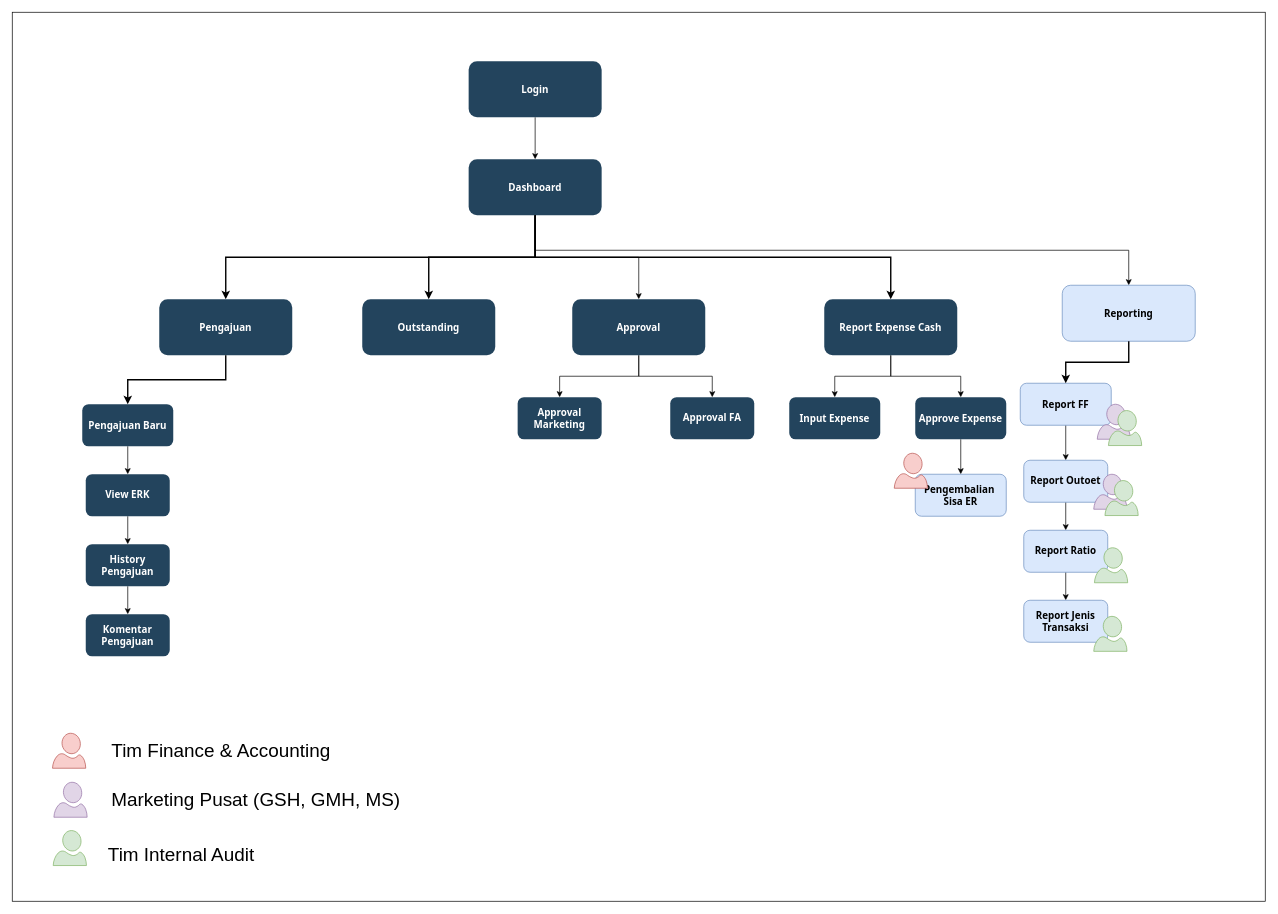
Before: page "Page-3" (3 of 3) of PMS Improvement.drawio in muhamadfarkhan/system-analyst, a draw.io diagram. Source tidied: cells renumbered, new cells numbered last; positions are measured from the earlier drawing's top-left corner, leaving out a move shared by most shapes. Both pictures are drawn from the tidied source at 70%, with x=0, y=0 at pixel (12, 12).
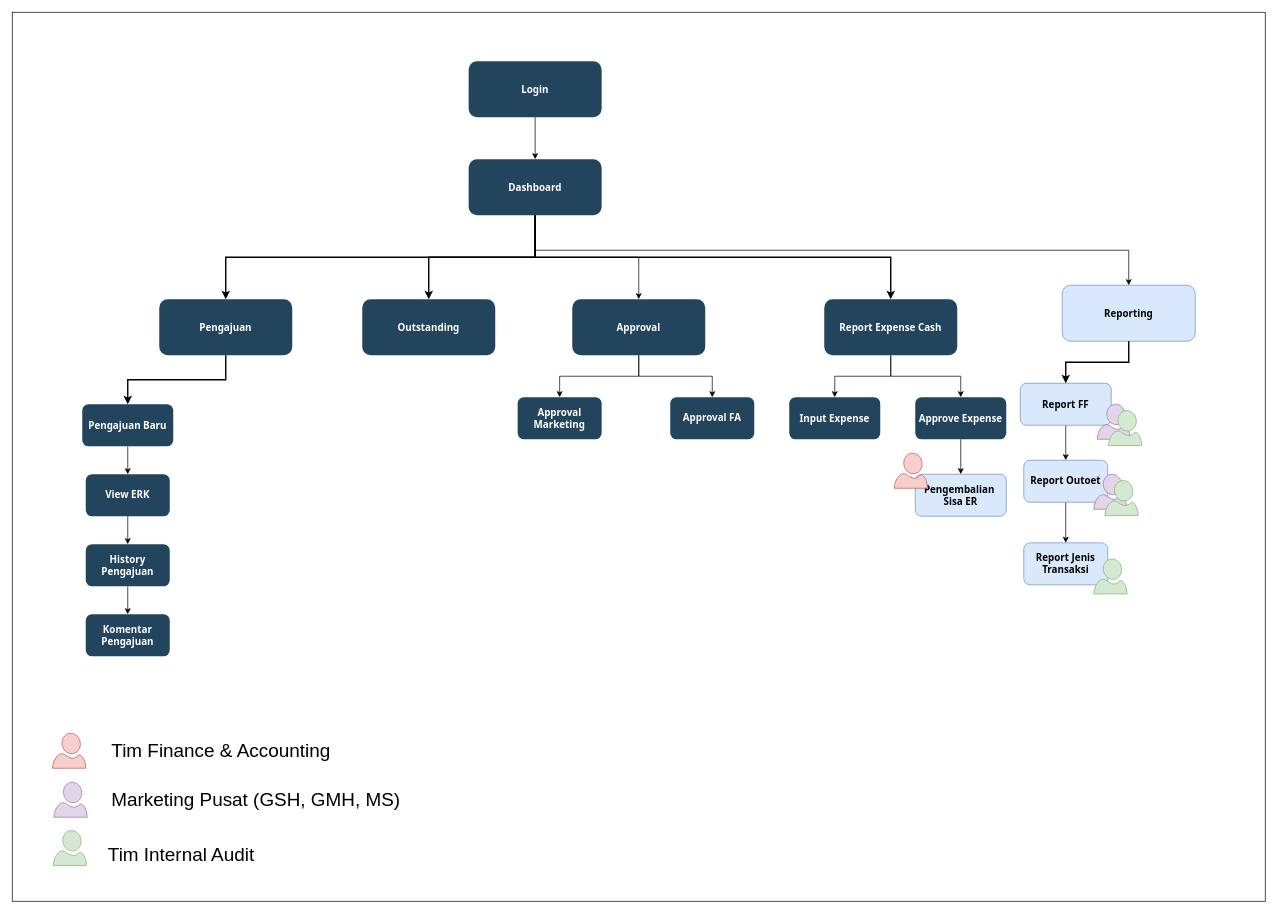
After the change.

The change refers to these unchanged cells:
```xml
<mxCell id="37" value="Report Outoet" style="whiteSpace=wrap;html=1;fontSize=14;fontFamily=Tahoma;fillColor=#dae8fc;strokeColor=#6c8ebf;rounded=1;fontStyle=1;" parent="1" vertex="1">
  <mxGeometry x="1445" y="640" width="120" height="60" as="geometry" />
</mxCell>
```

Change to the diagram source:
```diff
@@
-    <mxCell id="36" style="edgeStyle=orthogonalEdgeStyle;rounded=0;jettySize=auto;html=1;" parent="1" edge="1" source="37" target="39">
-      <mxGeometry relative="1" as="geometry" />
-    </mxCell>
+    <mxCell id="55" style="edgeStyle=orthogonalEdgeStyle;rounded=0;jettySize=auto;html=1;exitX=0.5;exitY=1;exitDx=0;exitDy=0;" parent="1" edge="1" source="37" target="40">
+      <mxGeometry relative="1" as="geometry" />
+    </mxCell>
@@
-    <mxCell id="38" style="edgeStyle=orthogonalEdgeStyle;rounded=0;jettySize=auto;html=1;" parent="1" edge="1" source="39" target="40">
-      <mxGeometry relative="1" as="geometry" />
-    </mxCell>
-    <mxCell id="39" value="Report Ratio" style="whiteSpace=wrap;html=1;fontSize=14;fontFamily=Tahoma;fillColor=#dae8fc;strokeColor=#6c8ebf;rounded=1;fontStyle=1;" parent="1" vertex="1">
-      <mxGeometry x="1445" y="740" width="120" height="60" as="geometry" />
-    </mxCell>
     <mxCell id="40" value="Report Jenis Transaksi" style="whiteSpace=wrap;html=1;fontSize=14;fontFamily=Tahoma;fillColor=#dae8fc;strokeColor=#6c8ebf;rounded=1;fontStyle=1;" parent="1" vertex="1">
-      <mxGeometry x="1445" y="840" width="120" height="60" as="geometry" />
+      <mxGeometry x="1445" y="758" width="120" height="60" as="geometry" />
     </mxCell>
@@
-    <mxCell id="47" style="verticalLabelPosition=bottom;html=1;verticalAlign=top;align=center;strokeColor=#82b366;fillColor=#d5e8d4;shape=mxgraph.azure.user;" parent="1" vertex="1">
-      <mxGeometry x="1546" y="765" width="47.5" height="50" as="geometry" />
-    </mxCell>
     <mxCell id="48" style="verticalLabelPosition=bottom;html=1;verticalAlign=top;align=center;strokeColor=#82b366;fillColor=#d5e8d4;shape=mxgraph.azure.user;" parent="1" vertex="1">
-      <mxGeometry x="1545" y="863" width="47.5" height="50" as="geometry" />
+      <mxGeometry x="1545" y="781" width="47.5" height="50" as="geometry" />
     </mxCell>
```
